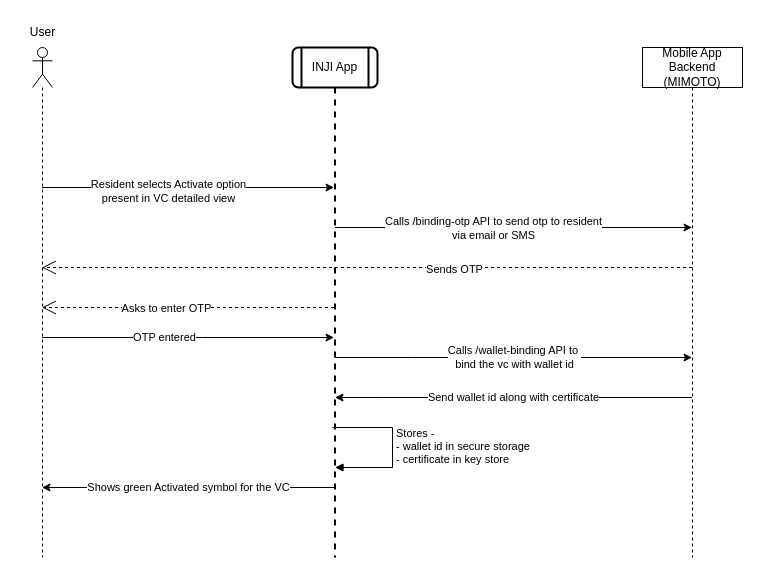
Above: docs/_images/vc_activation.drawio in mosip/documentation (draw.io), before the change. Source tidied: cells renumbered, new cells numbered last; positions are measured from the earlier drawing's top-left corner, leaving out a move shared by most shapes. Both pictures are drawn from the tidied source at 100%, with x=0, y=0 at pixel (17, 17).
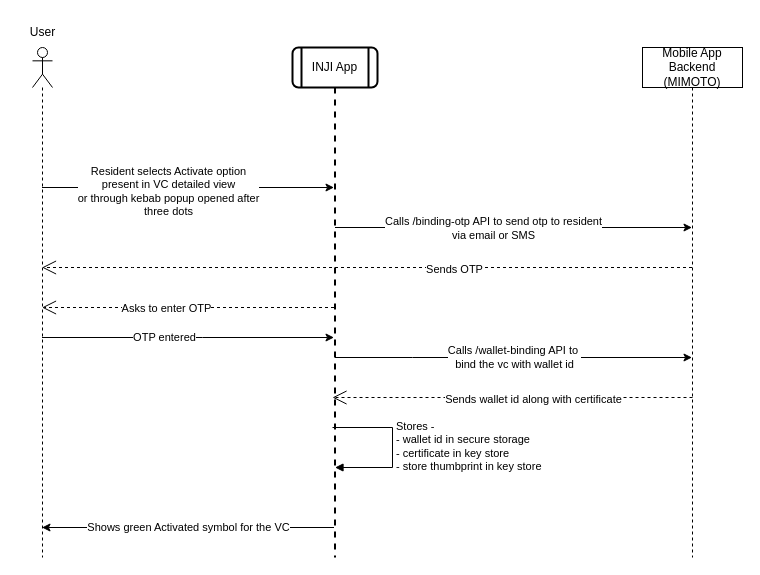
The same page after the edit.

Unchanged cells that the change refers to:
```xml
<mxCell id="2" style="edgeStyle=elbowEdgeStyle;rounded=0;jettySize=auto;html=1;elbow=vertical;curved=0;" parent="1" edge="1" source="5" target="13">
  <mxGeometry relative="1" as="geometry">
    <Array as="points">
      <mxPoint x="195" y="170" />
    </Array>
  </mxGeometry>
</mxCell>
<mxCell id="5" style="shape=umlLifeline;perimeter=lifelinePerimeter;whiteSpace=wrap;html=1;outlineConnect=0;portConstraint=eastwest;newEdgeStyle={&quot;edgeStyle&quot;:&quot;elbowEdgeStyle&quot;,&quot;elbow&quot;:&quot;vertical&quot;,&quot;curved&quot;:0,&quot;rounded&quot;:0};participant=umlActor;fontStyle=0;" parent="1" vertex="1">
  <mxGeometry x="15" y="30" width="20" height="510" as="geometry" />
</mxCell>
<mxCell id="13" value="INJI App" style="shape=umlLifeline;perimeter=lifelinePerimeter;whiteSpace=wrap;html=1;outlineConnect=0;portConstraint=eastwest;newEdgeStyle={&quot;edgeStyle&quot;:&quot;elbowEdgeStyle&quot;,&quot;elbow&quot;:&quot;vertical&quot;,&quot;curved&quot;:0,&quot;rounded&quot;:0};participant=process;verticalAlign=middle;strokeColor=default;shadow=0;dashed=0;strokeWidth=2;labelBackgroundColor=#ffffff;fillColor=default;fontColor=default;sketch=0;gradientColor=none;fontStyle=0;rounded=1;" parent="1" vertex="1">
  <mxGeometry x="275" y="30" width="85" height="510" as="geometry" />
</mxCell>
<mxCell id="17" value="Mobile App Backend&lt;br&gt;(MIMOTO)" style="shape=umlLifeline;perimeter=lifelinePerimeter;whiteSpace=wrap;html=1;outlineConnect=0;portConstraint=eastwest;newEdgeStyle={&quot;edgeStyle&quot;:&quot;elbowEdgeStyle&quot;,&quot;elbow&quot;:&quot;vertical&quot;,&quot;curved&quot;:0,&quot;rounded&quot;:0};" parent="1" vertex="1">
  <mxGeometry x="625" y="30" width="100" height="510" as="geometry" />
</mxCell>
```

Diff of the diagram source:
```diff
@@
-    <mxCell id="3" value="Resident selects Activate option&lt;br&gt;present in VC detailed view" style="edgeLabel;html=1;align=center;verticalAlign=middle;" parent="2" vertex="1">
+    <mxCell id="3" value="Resident selects Activate option&lt;br&gt;present in VC detailed view&lt;br&gt;or through kebab popup opened after&lt;br&gt;three dots" style="edgeLabel;html=1;align=center;verticalAlign=middle;" parent="2" vertex="1">
       <mxGeometry x="-0.14" y="-3" relative="1" as="geometry" />
     </mxCell>
@@
-    <mxCell id="12" value="Shows green Activated symbol for the VC" style="edgeStyle=elbowEdgeStyle;rounded=0;jettySize=auto;html=1;elbow=horizontal;curved=0;" parent="1" edge="1" source="13" target="5">
+    <mxCell id="12" value="Shows green Activated symbol for the VC" style="edgeStyle=elbowEdgeStyle;rounded=0;orthogonalLoop=1;jettySize=auto;html=1;elbow=horizontal;curved=0;" parent="1" edge="1">
       <mxGeometry relative="1" as="geometry">
+        <mxPoint x="316.5" y="510" as="sourcePoint" />
+        <mxPoint x="24.5" y="510" as="targetPoint" />
         <Array as="points">
-          <mxPoint x="125" y="470" />
+          <mxPoint x="125" y="510" />
         </Array>
       </mxGeometry>
     </mxCell>
@@
-    <mxCell id="16" value="Send wallet id along with certificate" style="edgeStyle=elbowEdgeStyle;rounded=0;jettySize=auto;html=1;elbow=vertical;curved=0;" parent="1" edge="1" source="17" target="13">
-      <mxGeometry relative="1" as="geometry">
-        <Array as="points">
-          <mxPoint x="365" y="380" />
-        </Array>
-      </mxGeometry>
-    </mxCell>
@@
-    <mxCell id="18" value="Stores -&lt;br&gt;- wallet id in secure storage&lt;br&gt;- certificate in key store" style="html=1;align=left;spacingLeft=2;endArrow=block;rounded=0;edgeStyle=orthogonalEdgeStyle;curved=0;rounded=0;" parent="1" edge="1" target="13">
+    <mxCell id="18" value="Stores -&lt;br&gt;- wallet id in secure storage&lt;br&gt;- certificate in key store&lt;br&gt;- store thumbprint in key store" style="html=1;align=left;spacingLeft=2;endArrow=block;rounded=0;edgeStyle=orthogonalEdgeStyle;curved=0;rounded=0;" parent="1" edge="1" target="13">
       <mxGeometry relative="1" as="geometry">
         <mxPoint x="315" y="410" as="sourcePoint" />
         <Array as="points">
           <mxPoint x="375" y="410" />
           <mxPoint x="375" y="450" />
         </Array>
       </mxGeometry>
     </mxCell>
+    <mxCell id="19" style="edgeStyle=elbowEdgeStyle;rounded=1;orthogonalLoop=1;jettySize=auto;html=1;elbow=vertical;curved=0;endArrow=open;endSize=12;dashed=1;" parent="1" edge="1">
+      <mxGeometry relative="1" as="geometry">
+        <mxPoint x="675" y="380" as="sourcePoint" />
+        <mxPoint x="315" y="380" as="targetPoint" />
+        <Array as="points">
+          <mxPoint x="415" y="380" />
+        </Array>
+      </mxGeometry>
+    </mxCell>
+    <mxCell id="20" value="Sends wallet id along with certificate" style="edgeLabel;html=1;align=center;verticalAlign=middle;" parent="19" vertex="1">
+      <mxGeometry x="-0.14" y="1" relative="1" as="geometry">
+        <mxPoint x="-5" as="offset" />
+      </mxGeometry>
+    </mxCell>
```
